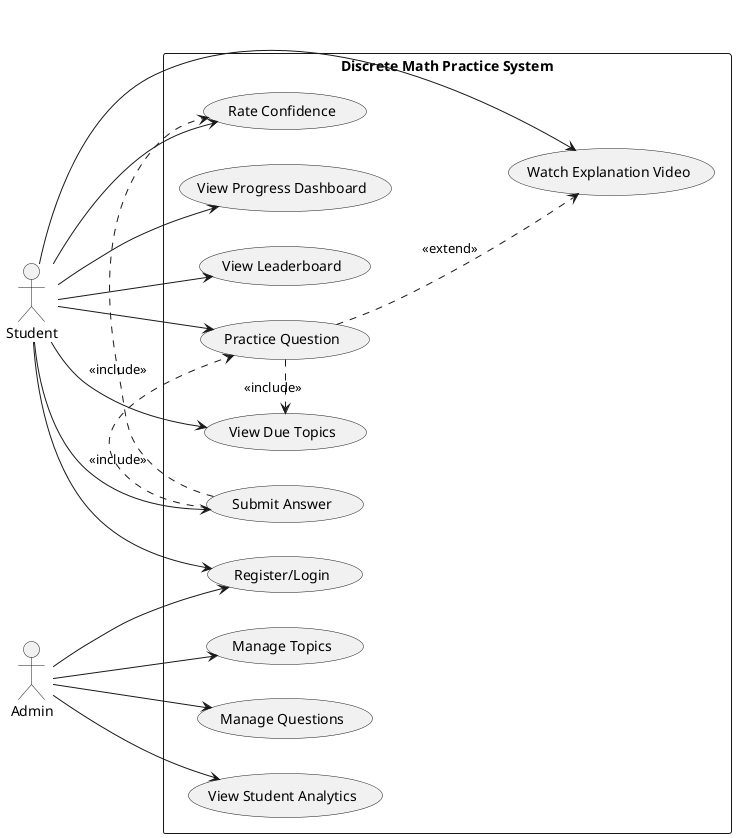
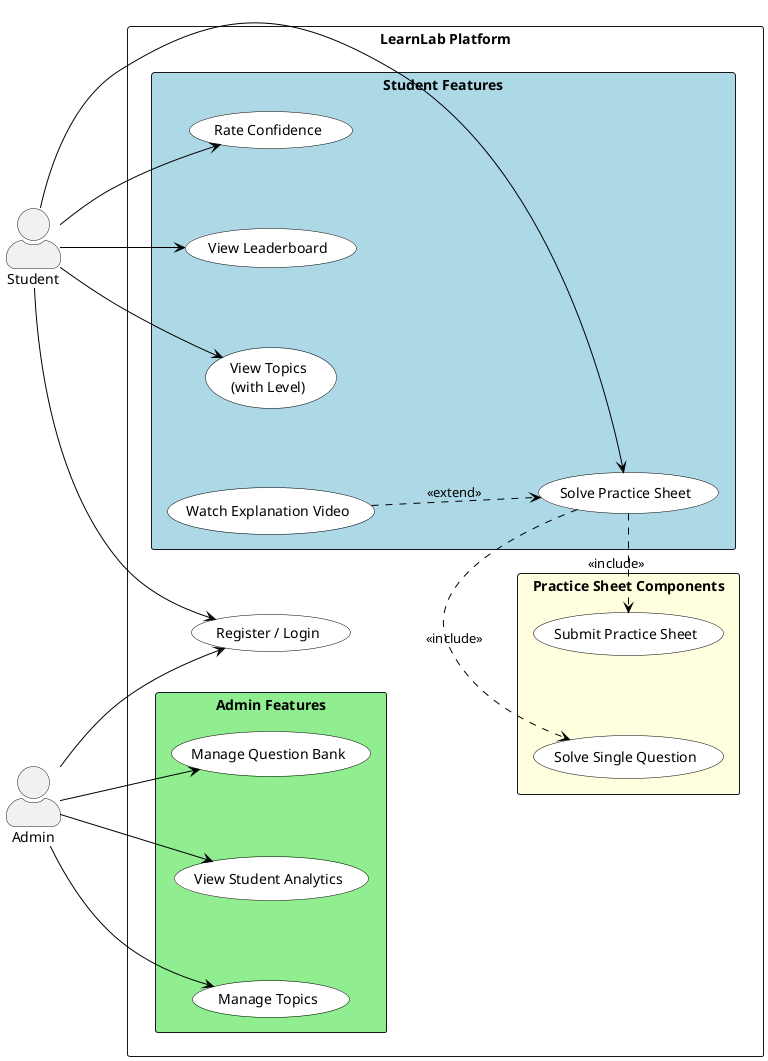
- @startuml
+ @startuml UseCaseDiagram
left to right direction
skinparam packageStyle rectangle
+ skinparam usecase {
+   BackgroundColor White
+   BorderColor Black
+   ArrowColor Black
+ }
+ skinparam actorStyle awesome
+ skinparam defaultTextAlignment center
+ skinparam nodesep 80
+ skinparam ranksep 100

actor Student as S
actor Admin as A

- rectangle "Discrete Math Practice System" {
-   usecase "Register/Login" as UC1
-   usecase "View Due Topics" as UC2
-   usecase "Practice Question" as UC3
-   usecase "Submit Answer" as UC4
-   usecase "Rate Confidence" as UC5
-   usecase "View Progress Dashboard" as UC6
-   usecase "View Leaderboard" as UC7
-   usecase "Watch Explanation Video" as UC8
+ rectangle "LearnLab Platform" {

-   usecase "Manage Topics" as UC9
-   usecase "Manage Questions" as UC10
-   usecase "View Student Analytics" as UC11
+   usecase "Register / Login" as UC_Login
+ 
+   package "Student Features" #LightBlue {
+     usecase "Rate Confidence" as UC_Rate
+     usecase "View Leaderboard" as UC_Leaderboard
+     usecase "Solve Practice Sheet" as UC_SolveSheet
+     usecase "View Topics\n(with Level)" as UC_ViewTopics
+     usecase "Watch Explanation Video" as UC_WatchVideo
+   }
+ 
+   package "Practice Sheet Components" #LightYellow {
+     usecase "Solve Single Question" as UC_SolveQ
+     usecase "Submit Practice Sheet" as UC_Submit
+   }
+ 
+   package "Admin Features" #LightGreen {
+     usecase "Manage Topics" as UC_ManageTopics
+     usecase "Manage Question Bank" as UC_ManageQBank
+     usecase "View Student Analytics" as UC_Analytics
+   }
}

- S --> UC1
- S --> UC2
- S --> UC3
- S --> UC4
- S --> UC5
- S --> UC6
- S --> UC7
- S --> UC8
+ ' Actors link to common auth use case
+ S --> UC_Login
+ A --> UC_Login

- A --> UC1
- A --> UC9
- A --> UC10
- A --> UC11
+ ' Student interactions
+ S --> UC_Rate
+ S --> UC_Leaderboard
+ S --> UC_SolveSheet
+ S --> UC_ViewTopics

- UC3 .> UC2 : <<include>>
- UC4 .> UC5 : <<include>>
- UC4 .> UC3 : <<include>>
- UC3 ..> UC8 : <<extend>>
+ ' Admin interactions
+ A --> UC_ManageTopics
+ A --> UC_ManageQBank
+ A --> UC_Analytics
+ 
+ ' Composition of the Solve Practice Sheet use case
+ UC_SolveSheet .> UC_SolveQ : <<include>>
+ UC_SolveSheet .> UC_Submit : <<include>>
+ 
+ ' Watch Explanation Video extends Solve Practice Sheet
+ UC_WatchVideo ..> UC_SolveSheet : <<extend>>

@enduml